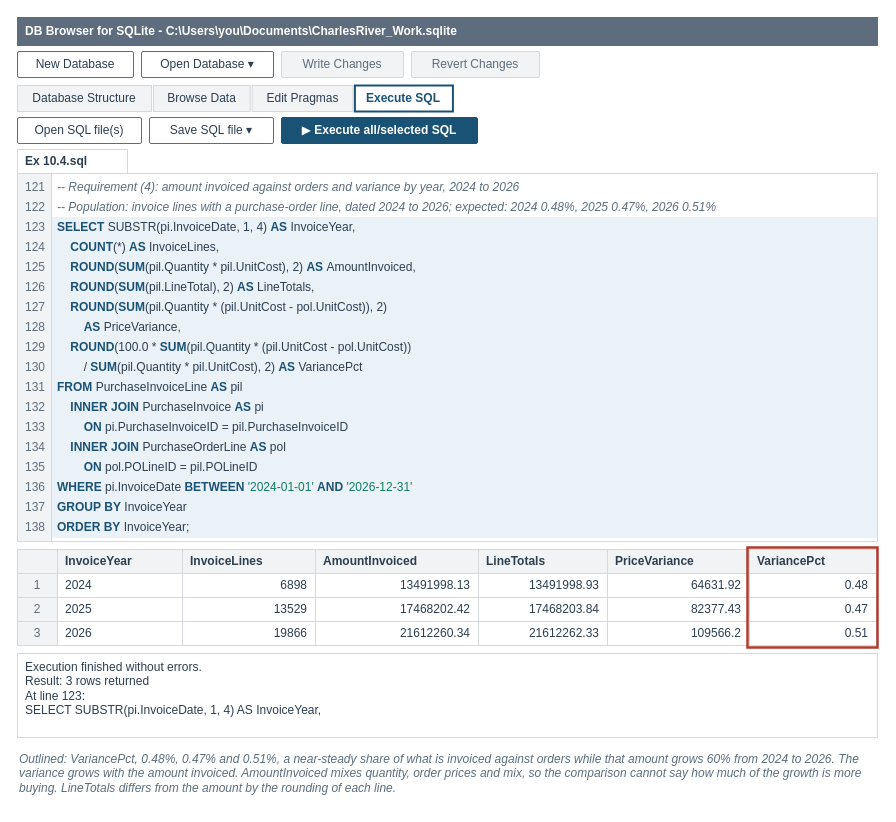
This is facts/instructor/figures/chapter-10-joining-and-summarizing/IF-10-4-A.drawio from mmcodesso/Accounting_Analytics_Book, a draw.io file, before an edit. Source tidied: cells renumbered, new cells numbered last; positions are measured from the earlier drawing's top-left corner, leaving out a move shared by most shapes. Both pictures are drawn from the tidied source at 100%, with x=0, y=0 at pixel (17, 17).
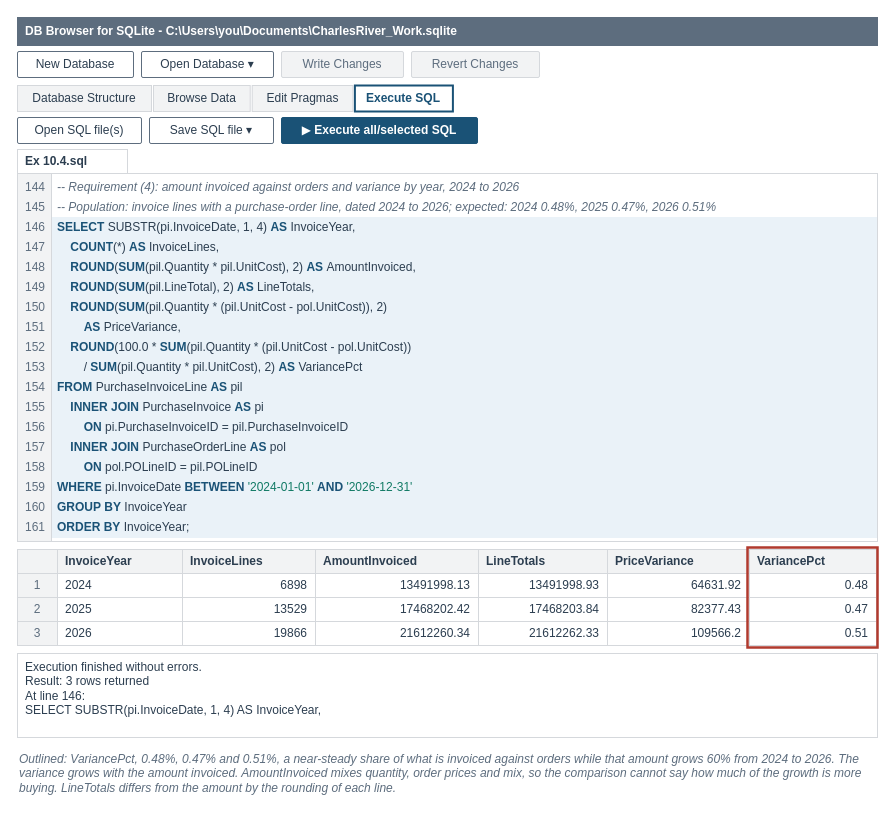
After the change.

What changed in the source:
```diff
@@
-    <mxCell id="19" value="121" style="text;html=1;whiteSpace=wrap;align=right;verticalAlign=middle;fontSize=12;fontColor=#5D6D7E;fontStyle=0;fontFamily=Helvetica;spacing=2;fillColor=none;strokeColor=none;" parent="1" vertex="1">
+    <mxCell id="19" value="144" style="text;html=1;whiteSpace=wrap;align=right;verticalAlign=middle;fontSize=12;fontColor=#5D6D7E;fontStyle=0;fontFamily=Helvetica;spacing=2;fillColor=none;strokeColor=none;" parent="1" vertex="1">
       <mxGeometry y="160" width="30" height="20" as="geometry" />
     </mxCell>
@@
-    <mxCell id="21" value="122" style="text;html=1;whiteSpace=wrap;align=right;verticalAlign=middle;fontSize=12;fontColor=#5D6D7E;fontStyle=0;fontFamily=Helvetica;spacing=2;fillColor=none;strokeColor=none;" parent="1" vertex="1">
+    <mxCell id="21" value="145" style="text;html=1;whiteSpace=wrap;align=right;verticalAlign=middle;fontSize=12;fontColor=#5D6D7E;fontStyle=0;fontFamily=Helvetica;spacing=2;fillColor=none;strokeColor=none;" parent="1" vertex="1">
       <mxGeometry y="180" width="30" height="20" as="geometry" />
     </mxCell>
@@
-    <mxCell id="23" value="123" style="text;html=1;whiteSpace=wrap;align=right;verticalAlign=middle;fontSize=12;fontColor=#5D6D7E;fontStyle=0;fontFamily=Helvetica;spacing=2;fillColor=none;strokeColor=none;" parent="1" vertex="1">
+    <mxCell id="23" value="146" style="text;html=1;whiteSpace=wrap;align=right;verticalAlign=middle;fontSize=12;fontColor=#5D6D7E;fontStyle=0;fontFamily=Helvetica;spacing=2;fillColor=none;strokeColor=none;" parent="1" vertex="1">
       <mxGeometry y="200" width="30" height="20" as="geometry" />
     </mxCell>
@@
-    <mxCell id="25" value="124" style="text;html=1;whiteSpace=wrap;align=right;verticalAlign=middle;fontSize=12;fontColor=#5D6D7E;fontStyle=0;fontFamily=Helvetica;spacing=2;fillColor=none;strokeColor=none;" parent="1" vertex="1">
+    <mxCell id="25" value="147" style="text;html=1;whiteSpace=wrap;align=right;verticalAlign=middle;fontSize=12;fontColor=#5D6D7E;fontStyle=0;fontFamily=Helvetica;spacing=2;fillColor=none;strokeColor=none;" parent="1" vertex="1">
       <mxGeometry y="220" width="30" height="20" as="geometry" />
     </mxCell>
@@
-    <mxCell id="27" value="125" style="text;html=1;whiteSpace=wrap;align=right;verticalAlign=middle;fontSize=12;fontColor=#5D6D7E;fontStyle=0;fontFamily=Helvetica;spacing=2;fillColor=none;strokeColor=none;" parent="1" vertex="1">
+    <mxCell id="27" value="148" style="text;html=1;whiteSpace=wrap;align=right;verticalAlign=middle;fontSize=12;fontColor=#5D6D7E;fontStyle=0;fontFamily=Helvetica;spacing=2;fillColor=none;strokeColor=none;" parent="1" vertex="1">
       <mxGeometry y="240" width="30" height="20" as="geometry" />
     </mxCell>
@@
-    <mxCell id="29" value="126" style="text;html=1;whiteSpace=wrap;align=right;verticalAlign=middle;fontSize=12;fontColor=#5D6D7E;fontStyle=0;fontFamily=Helvetica;spacing=2;fillColor=none;strokeColor=none;" parent="1" vertex="1">
+    <mxCell id="29" value="149" style="text;html=1;whiteSpace=wrap;align=right;verticalAlign=middle;fontSize=12;fontColor=#5D6D7E;fontStyle=0;fontFamily=Helvetica;spacing=2;fillColor=none;strokeColor=none;" parent="1" vertex="1">
       <mxGeometry y="260" width="30" height="20" as="geometry" />
     </mxCell>
@@
-    <mxCell id="31" value="127" style="text;html=1;whiteSpace=wrap;align=right;verticalAlign=middle;fontSize=12;fontColor=#5D6D7E;fontStyle=0;fontFamily=Helvetica;spacing=2;fillColor=none;strokeColor=none;" parent="1" vertex="1">
+    <mxCell id="31" value="150" style="text;html=1;whiteSpace=wrap;align=right;verticalAlign=middle;fontSize=12;fontColor=#5D6D7E;fontStyle=0;fontFamily=Helvetica;spacing=2;fillColor=none;strokeColor=none;" parent="1" vertex="1">
       <mxGeometry y="280" width="30" height="20" as="geometry" />
     </mxCell>
@@
-    <mxCell id="33" value="128" style="text;html=1;whiteSpace=wrap;align=right;verticalAlign=middle;fontSize=12;fontColor=#5D6D7E;fontStyle=0;fontFamily=Helvetica;spacing=2;fillColor=none;strokeColor=none;" parent="1" vertex="1">
+    <mxCell id="33" value="151" style="text;html=1;whiteSpace=wrap;align=right;verticalAlign=middle;fontSize=12;fontColor=#5D6D7E;fontStyle=0;fontFamily=Helvetica;spacing=2;fillColor=none;strokeColor=none;" parent="1" vertex="1">
       <mxGeometry y="300" width="30" height="20" as="geometry" />
     </mxCell>
@@
-    <mxCell id="35" value="129" style="text;html=1;whiteSpace=wrap;align=right;verticalAlign=middle;fontSize=12;fontColor=#5D6D7E;fontStyle=0;fontFamily=Helvetica;spacing=2;fillColor=none;strokeColor=none;" parent="1" vertex="1">
+    <mxCell id="35" value="152" style="text;html=1;whiteSpace=wrap;align=right;verticalAlign=middle;fontSize=12;fontColor=#5D6D7E;fontStyle=0;fontFamily=Helvetica;spacing=2;fillColor=none;strokeColor=none;" parent="1" vertex="1">
       <mxGeometry y="320" width="30" height="20" as="geometry" />
     </mxCell>
@@
-    <mxCell id="37" value="130" style="text;html=1;whiteSpace=wrap;align=right;verticalAlign=middle;fontSize=12;fontColor=#5D6D7E;fontStyle=0;fontFamily=Helvetica;spacing=2;fillColor=none;strokeColor=none;" parent="1" vertex="1">
+    <mxCell id="37" value="153" style="text;html=1;whiteSpace=wrap;align=right;verticalAlign=middle;fontSize=12;fontColor=#5D6D7E;fontStyle=0;fontFamily=Helvetica;spacing=2;fillColor=none;strokeColor=none;" parent="1" vertex="1">
       <mxGeometry y="340" width="30" height="20" as="geometry" />
     </mxCell>
@@
-    <mxCell id="39" value="131" style="text;html=1;whiteSpace=wrap;align=right;verticalAlign=middle;fontSize=12;fontColor=#5D6D7E;fontStyle=0;fontFamily=Helvetica;spacing=2;fillColor=none;strokeColor=none;" parent="1" vertex="1">
+    <mxCell id="39" value="154" style="text;html=1;whiteSpace=wrap;align=right;verticalAlign=middle;fontSize=12;fontColor=#5D6D7E;fontStyle=0;fontFamily=Helvetica;spacing=2;fillColor=none;strokeColor=none;" parent="1" vertex="1">
       <mxGeometry y="360" width="30" height="20" as="geometry" />
     </mxCell>
@@
-    <mxCell id="41" value="132" style="text;html=1;whiteSpace=wrap;align=right;verticalAlign=middle;fontSize=12;fontColor=#5D6D7E;fontStyle=0;fontFamily=Helvetica;spacing=2;fillColor=none;strokeColor=none;" parent="1" vertex="1">
+    <mxCell id="41" value="155" style="text;html=1;whiteSpace=wrap;align=right;verticalAlign=middle;fontSize=12;fontColor=#5D6D7E;fontStyle=0;fontFamily=Helvetica;spacing=2;fillColor=none;strokeColor=none;" parent="1" vertex="1">
       <mxGeometry y="380" width="30" height="20" as="geometry" />
     </mxCell>
@@
-    <mxCell id="43" value="133" style="text;html=1;whiteSpace=wrap;align=right;verticalAlign=middle;fontSize=12;fontColor=#5D6D7E;fontStyle=0;fontFamily=Helvetica;spacing=2;fillColor=none;strokeColor=none;" parent="1" vertex="1">
+    <mxCell id="43" value="156" style="text;html=1;whiteSpace=wrap;align=right;verticalAlign=middle;fontSize=12;fontColor=#5D6D7E;fontStyle=0;fontFamily=Helvetica;spacing=2;fillColor=none;strokeColor=none;" parent="1" vertex="1">
       <mxGeometry y="400" width="30" height="20" as="geometry" />
     </mxCell>
@@
-    <mxCell id="45" value="134" style="text;html=1;whiteSpace=wrap;align=right;verticalAlign=middle;fontSize=12;fontColor=#5D6D7E;fontStyle=0;fontFamily=Helvetica;spacing=2;fillColor=none;strokeColor=none;" parent="1" vertex="1">
+    <mxCell id="45" value="157" style="text;html=1;whiteSpace=wrap;align=right;verticalAlign=middle;fontSize=12;fontColor=#5D6D7E;fontStyle=0;fontFamily=Helvetica;spacing=2;fillColor=none;strokeColor=none;" parent="1" vertex="1">
       <mxGeometry y="420" width="30" height="20" as="geometry" />
     </mxCell>
@@
-    <mxCell id="47" value="135" style="text;html=1;whiteSpace=wrap;align=right;verticalAlign=middle;fontSize=12;fontColor=#5D6D7E;fontStyle=0;fontFamily=Helvetica;spacing=2;fillColor=none;strokeColor=none;" parent="1" vertex="1">
+    <mxCell id="47" value="158" style="text;html=1;whiteSpace=wrap;align=right;verticalAlign=middle;fontSize=12;fontColor=#5D6D7E;fontStyle=0;fontFamily=Helvetica;spacing=2;fillColor=none;strokeColor=none;" parent="1" vertex="1">
       <mxGeometry y="440" width="30" height="20" as="geometry" />
     </mxCell>
@@
-    <mxCell id="49" value="136" style="text;html=1;whiteSpace=wrap;align=right;verticalAlign=middle;fontSize=12;fontColor=#5D6D7E;fontStyle=0;fontFamily=Helvetica;spacing=2;fillColor=none;strokeColor=none;" parent="1" vertex="1">
+    <mxCell id="49" value="159" style="text;html=1;whiteSpace=wrap;align=right;verticalAlign=middle;fontSize=12;fontColor=#5D6D7E;fontStyle=0;fontFamily=Helvetica;spacing=2;fillColor=none;strokeColor=none;" parent="1" vertex="1">
       <mxGeometry y="460" width="30" height="20" as="geometry" />
     </mxCell>
@@
-    <mxCell id="51" value="137" style="text;html=1;whiteSpace=wrap;align=right;verticalAlign=middle;fontSize=12;fontColor=#5D6D7E;fontStyle=0;fontFamily=Helvetica;spacing=2;fillColor=none;strokeColor=none;" parent="1" vertex="1">
+    <mxCell id="51" value="160" style="text;html=1;whiteSpace=wrap;align=right;verticalAlign=middle;fontSize=12;fontColor=#5D6D7E;fontStyle=0;fontFamily=Helvetica;spacing=2;fillColor=none;strokeColor=none;" parent="1" vertex="1">
       <mxGeometry y="480" width="30" height="20" as="geometry" />
     </mxCell>
@@
-    <mxCell id="53" value="138" style="text;html=1;whiteSpace=wrap;align=right;verticalAlign=middle;fontSize=12;fontColor=#5D6D7E;fontStyle=0;fontFamily=Helvetica;spacing=2;fillColor=none;strokeColor=none;" parent="1" vertex="1">
+    <mxCell id="53" value="161" style="text;html=1;whiteSpace=wrap;align=right;verticalAlign=middle;fontSize=12;fontColor=#5D6D7E;fontStyle=0;fontFamily=Helvetica;spacing=2;fillColor=none;strokeColor=none;" parent="1" vertex="1">
       <mxGeometry y="500" width="30" height="20" as="geometry" />
     </mxCell>
@@
-    <mxCell id="83" value="Execution finished without errors.&lt;br&gt;Result: 3 rows returned&lt;br&gt;At line 123:&lt;br&gt;SELECT SUBSTR(pi.InvoiceDate, 1, 4) AS InvoiceYear," style="rounded=0;arcSize=6;whiteSpace=wrap;html=1;fillColor=#FFFFFF;strokeColor=#D5D8DC;strokeWidth=1;fontColor=#2C3E50;fontSize=12;fontStyle=0;align=left;verticalAlign=top;fontFamily=Helvetica;spacingLeft=6;spacingRight=6;" parent="1" vertex="1">
+    <mxCell id="83" value="Execution finished without errors.&lt;br&gt;Result: 3 rows returned&lt;br&gt;At line 146:&lt;br&gt;SELECT SUBSTR(pi.InvoiceDate, 1, 4) AS InvoiceYear," style="rounded=0;arcSize=6;whiteSpace=wrap;html=1;fillColor=#FFFFFF;strokeColor=#D5D8DC;strokeWidth=1;fontColor=#2C3E50;fontSize=12;fontStyle=0;align=left;verticalAlign=top;fontFamily=Helvetica;spacingLeft=6;spacingRight=6;" parent="1" vertex="1">
       <mxGeometry y="636" width="860" height="84" as="geometry" />
     </mxCell>
```
